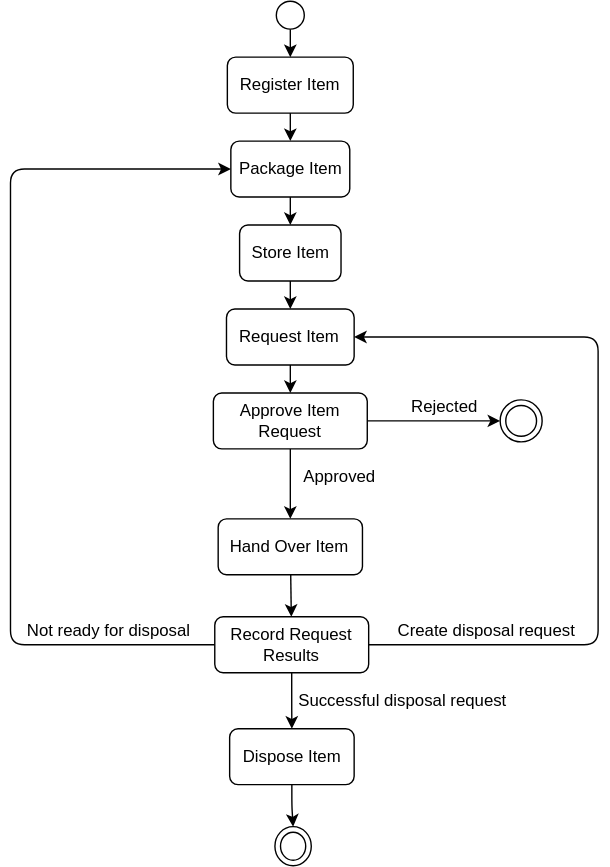
The draw.io diagram documentation/process-overview.drawio.svg in Gadnex/documentation-example, before a commit. Source tidied: cells renumbered, new cells last; positions are measured from the earlier drawing's top-left corner, leaving out a move shared by most shapes.
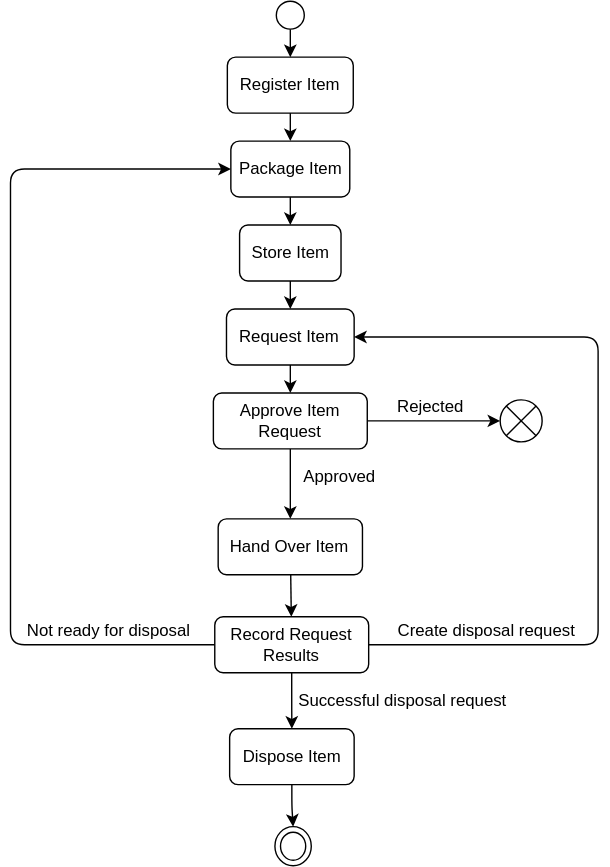
The same file after the commit.

Diff of the diagram source:
```diff
@@ -41,7 +41,7 @@
     <mxCell id="14" style="edgeStyle=none;html=1;entryX=0.5;entryY=0;entryDx=0;entryDy=0;" parent="1" edge="1" source="16" target="13">
       <mxGeometry relative="1" as="geometry" />
     </mxCell>
-    <mxCell id="15" style="edgeStyle=none;html=1;entryX=0;entryY=0.5;entryDx=0;entryDy=0;" parent="1" edge="1" source="16" target="28">
+    <mxCell id="15" style="edgeStyle=none;html=1;entryX=0;entryY=0.5;entryDx=0;entryDy=0;" parent="1" edge="1" source="16" target="30">
       <mxGeometry relative="1" as="geometry" />
     </mxCell>
     <mxCell id="16" value="Approve Item Request" style="rounded=1;whiteSpace=wrap;html=1;" parent="1" vertex="1">
@@ -51,7 +51,7 @@
       <mxGeometry x="200" y="330" width="70" height="20" as="geometry" />
     </mxCell>
     <mxCell id="18" value="Rejected" style="text;html=1;align=center;verticalAlign=middle;strokeColor=none;fillColor=none;" parent="1" vertex="1">
-      <mxGeometry x="280" y="280" width="60" height="20" as="geometry" />
+      <mxGeometry x="270" y="280" width="60" height="20" as="geometry" />
     </mxCell>
     <mxCell id="19" style="edgeStyle=orthogonalEdgeStyle;html=1;entryX=0;entryY=0.5;entryDx=0;entryDy=0;" parent="1" edge="1" source="22" target="7">
       <mxGeometry relative="1" as="geometry">
@@ -90,11 +90,11 @@
     <mxCell id="27" value="Successful disposal request" style="text;html=1;align=center;verticalAlign=middle;strokeColor=none;fillColor=none;" parent="1" vertex="1">
       <mxGeometry x="200" y="490" width="160" height="20" as="geometry" />
     </mxCell>
-    <mxCell id="28" style="ellipse;html=1;shape=endState;" parent="1" vertex="1">
-      <mxGeometry x="350" y="285" width="30" height="30" as="geometry" />
-    </mxCell>
     <mxCell id="29" style="ellipse;html=1;shape=endState;" parent="1" vertex="1">
       <mxGeometry x="189" y="590" width="26" height="28" as="geometry" />
     </mxCell>
+    <mxCell id="30" style="shape=sumEllipse;perimeter=ellipsePerimeter;whiteSpace=wrap;html=1;backgroundOutline=1;" parent="1" vertex="1">
+      <mxGeometry x="350" y="285" width="30" height="30" as="geometry" />
+    </mxCell>
   </root>
 </mxGraphModel>
```
